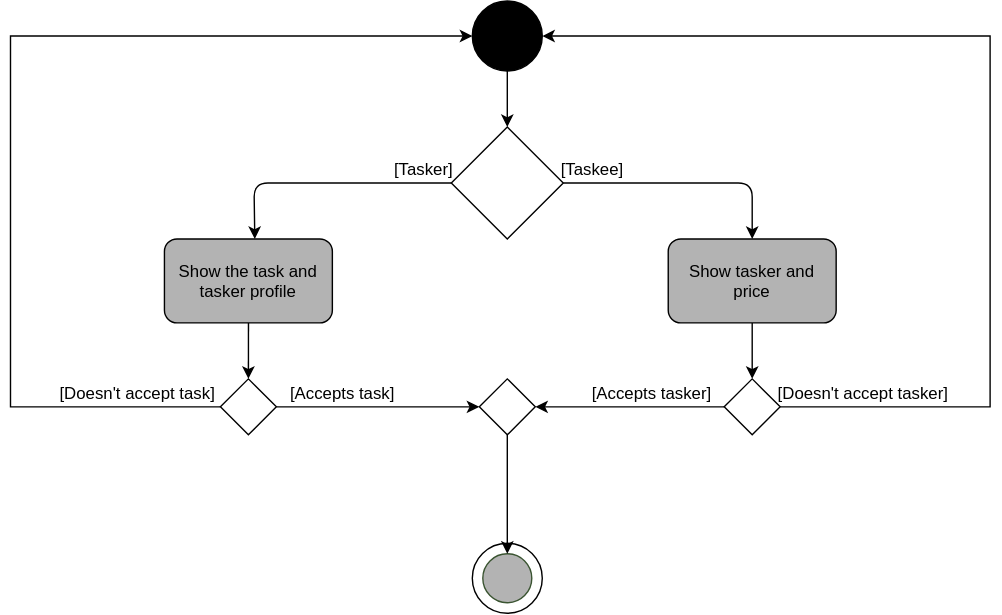
Above: planning-and-analysis/functional-modeling/diagrams/activity-diagram/acceptance-activity-diagram.svg in hessamhz/software-engineering-project (draw.io), before the change. Source tidied: cells renumbered, new cells last; positions are measured from the earlier drawing's top-left corner, leaving out a move shared by most shapes.
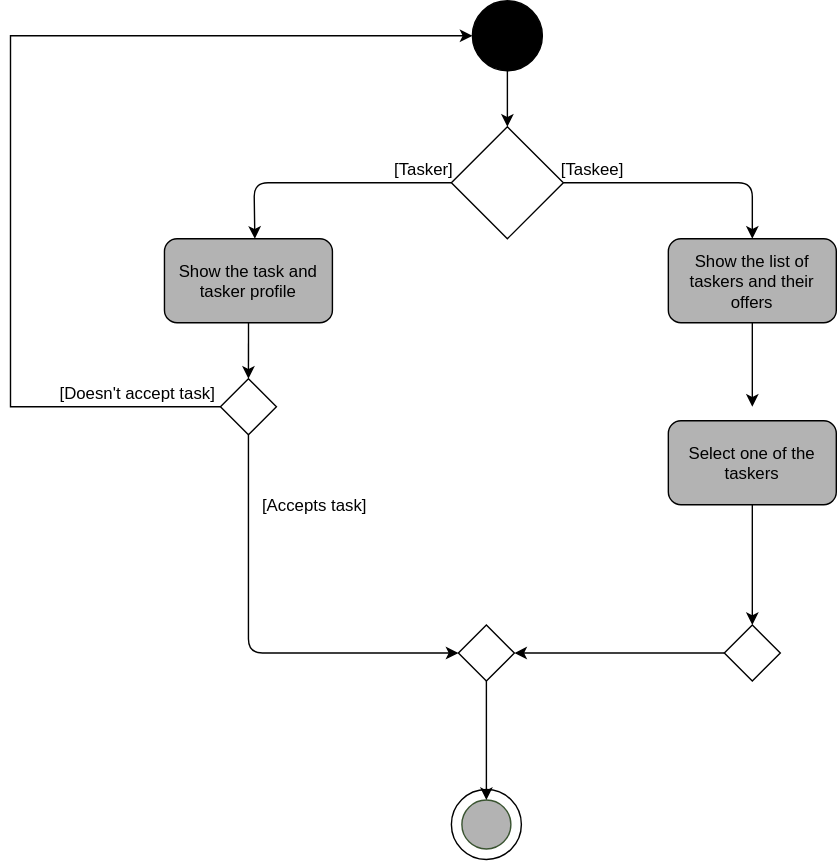
The same file after the commit.

What changed in the source:
```diff
@@ -49,57 +49,53 @@
         <mxPoint x="170" y="230" as="sourcePoint" />
       </mxGeometry>
     </mxCell>
-    <mxCell id="12" style="endArrow=classic;html=1;exitX=1;exitY=0.5;exitDx=0;exitDy=0;entryX=0;entryY=0.5;entryDx=0;entryDy=0;" parent="1" edge="1" source="10" target="24">
-      <mxGeometry relative="1" as="geometry" />
+    <mxCell id="12" style="endArrow=classic;html=1;exitX=0.5;exitY=1;exitDx=0;exitDy=0;entryX=0;entryY=0.5;entryDx=0;entryDy=0;" parent="1" edge="1" source="10" target="24">
+      <mxGeometry relative="1" as="geometry">
+        <Array as="points">
+          <mxPoint x="170" y="466" />
+        </Array>
+      </mxGeometry>
     </mxCell>
     <mxCell id="13" value="[Doesn't accept task]" style="text;html=1;strokeColor=none;fillColor=none;align=center;verticalAlign=middle;whiteSpace=wrap;rounded=0;" parent="1" vertex="1">
       <mxGeometry x="20" y="270" width="140" height="20" as="geometry" />
     </mxCell>
     <mxCell id="14" style="ellipse;whiteSpace=wrap;html=1;strokeColor=#000000;fillColor=#FFFFFF;" parent="1" vertex="1">
-      <mxGeometry x="330" y="387.5" width="50" height="50" as="geometry" />
+      <mxGeometry x="315" y="563.5" width="50" height="50" as="geometry" />
     </mxCell>
     <mxCell id="15" style="ellipse;whiteSpace=wrap;html=1;strokeColor=#3A5431;fillColor=#B3B3B3;fontColor=#ffffff;" parent="1" vertex="1">
-      <mxGeometry x="337.5" y="395" width="35" height="35" as="geometry" />
+      <mxGeometry x="322.5" y="571" width="35" height="35" as="geometry" />
     </mxCell>
-    <mxCell id="16" style="edgeStyle=orthogonalEdgeStyle;rounded=0;jettySize=auto;html=1;entryX=0.5;entryY=0;entryDx=0;entryDy=0;" parent="1" edge="1" target="19">
-      <mxGeometry relative="1" as="geometry">
-        <mxPoint x="530" y="230" as="sourcePoint" />
-      </mxGeometry>
-    </mxCell>
     <mxCell id="17" style="edgeStyle=orthogonalEdgeStyle;rounded=0;jettySize=auto;html=1;entryX=1;entryY=0.5;entryDx=0;entryDy=0;" parent="1" edge="1" source="19" target="24">
       <mxGeometry relative="1" as="geometry" />
     </mxCell>
-    <mxCell id="18" style="edgeStyle=orthogonalEdgeStyle;rounded=0;jettySize=auto;html=1;exitX=1;exitY=0.5;exitDx=0;exitDy=0;entryX=1;entryY=0.5;entryDx=0;entryDy=0;" parent="1" edge="1" source="19" target="2">
-      <mxGeometry relative="1" as="geometry">
-        <Array as="points">
-          <mxPoint x="700" y="290" />
-          <mxPoint x="700" y="25" />
-        </Array>
-      </mxGeometry>
-    </mxCell>
     <mxCell id="19" style="rhombus;whiteSpace=wrap;html=1;strokeColor=#000000;fillColor=#FFFFFF;" parent="1" vertex="1">
-      <mxGeometry x="510" y="270" width="40" height="40" as="geometry" />
+      <mxGeometry x="510" y="446" width="40" height="40" as="geometry" />
     </mxCell>
-    <mxCell id="20" value="[Doesn't accept tasker]" style="text;html=1;strokeColor=none;fillColor=none;align=center;verticalAlign=middle;whiteSpace=wrap;rounded=0;" parent="1" vertex="1">
-      <mxGeometry x="539" y="270" width="140" height="20" as="geometry" />
-    </mxCell>
     <mxCell id="21" value="[Accepts task]" style="text;html=1;strokeColor=none;fillColor=none;align=center;verticalAlign=middle;whiteSpace=wrap;rounded=0;" parent="1" vertex="1">
-      <mxGeometry x="190" y="270" width="95" height="20" as="geometry" />
+      <mxGeometry x="170" y="350" width="95" height="20" as="geometry" />
     </mxCell>
-    <mxCell id="22" value="[Accepts tasker]" style="text;html=1;strokeColor=none;fillColor=none;align=center;verticalAlign=middle;whiteSpace=wrap;rounded=0;" parent="1" vertex="1">
-      <mxGeometry x="410" y="270" width="95" height="20" as="geometry" />
-    </mxCell>
     <mxCell id="23" style="edgeStyle=orthogonalEdgeStyle;rounded=0;jettySize=auto;html=1;entryX=0.5;entryY=0;entryDx=0;entryDy=0;" parent="1" edge="1" source="24" target="15">
       <mxGeometry relative="1" as="geometry" />
     </mxCell>
     <mxCell id="24" style="rhombus;whiteSpace=wrap;html=1;strokeColor=#000000;fillColor=#FFFFFF;" parent="1" vertex="1">
-      <mxGeometry x="335" y="270" width="40" height="40" as="geometry" />
+      <mxGeometry x="320" y="446" width="40" height="40" as="geometry" />
     </mxCell>
+    <mxCell id="27" style="edgeStyle=orthogonalEdgeStyle;rounded=0;jettySize=auto;html=1;" parent="1" edge="1" source="25">
+      <mxGeometry relative="1" as="geometry">
+        <mxPoint x="530" y="290" as="targetPoint" />
+      </mxGeometry>
+    </mxCell>
-    <mxCell id="25" value="&lt;span style=&quot;white-space: normal&quot;&gt;Show tasker and price&lt;/span&gt;" style="rounded=1;whiteSpace=wrap;html=1;fillColor=#B3B3B3;" parent="1" vertex="1">
+    <mxCell id="25" value="&lt;span style=&quot;white-space: normal&quot;&gt;Show the list of taskers and their offers&lt;/span&gt;" style="rounded=1;whiteSpace=wrap;html=1;fillColor=#B3B3B3;" parent="1" vertex="1">
       <mxGeometry x="470" y="170" width="120" height="60" as="geometry" />
     </mxCell>
     <mxCell id="26" value="&lt;span style=&quot;white-space: normal&quot;&gt;Show the task and tasker profile&lt;/span&gt;" style="rounded=1;whiteSpace=wrap;html=1;fillColor=#B3B3B3;" parent="1" vertex="1">
       <mxGeometry x="110" y="170" width="120" height="60" as="geometry" />
     </mxCell>
+    <mxCell id="28" style="edgeStyle=orthogonalEdgeStyle;rounded=0;jettySize=auto;html=1;entryX=0.5;entryY=0;entryDx=0;entryDy=0;" parent="1" edge="1" source="29" target="19">
+      <mxGeometry relative="1" as="geometry" />
+    </mxCell>
+    <mxCell id="29" value="Select one of the taskers" style="rounded=1;whiteSpace=wrap;html=1;fillColor=#B3B3B3;" parent="1" vertex="1">
+      <mxGeometry x="470" y="300" width="120" height="60" as="geometry" />
+    </mxCell>
   </root>
 </mxGraphModel>
```
